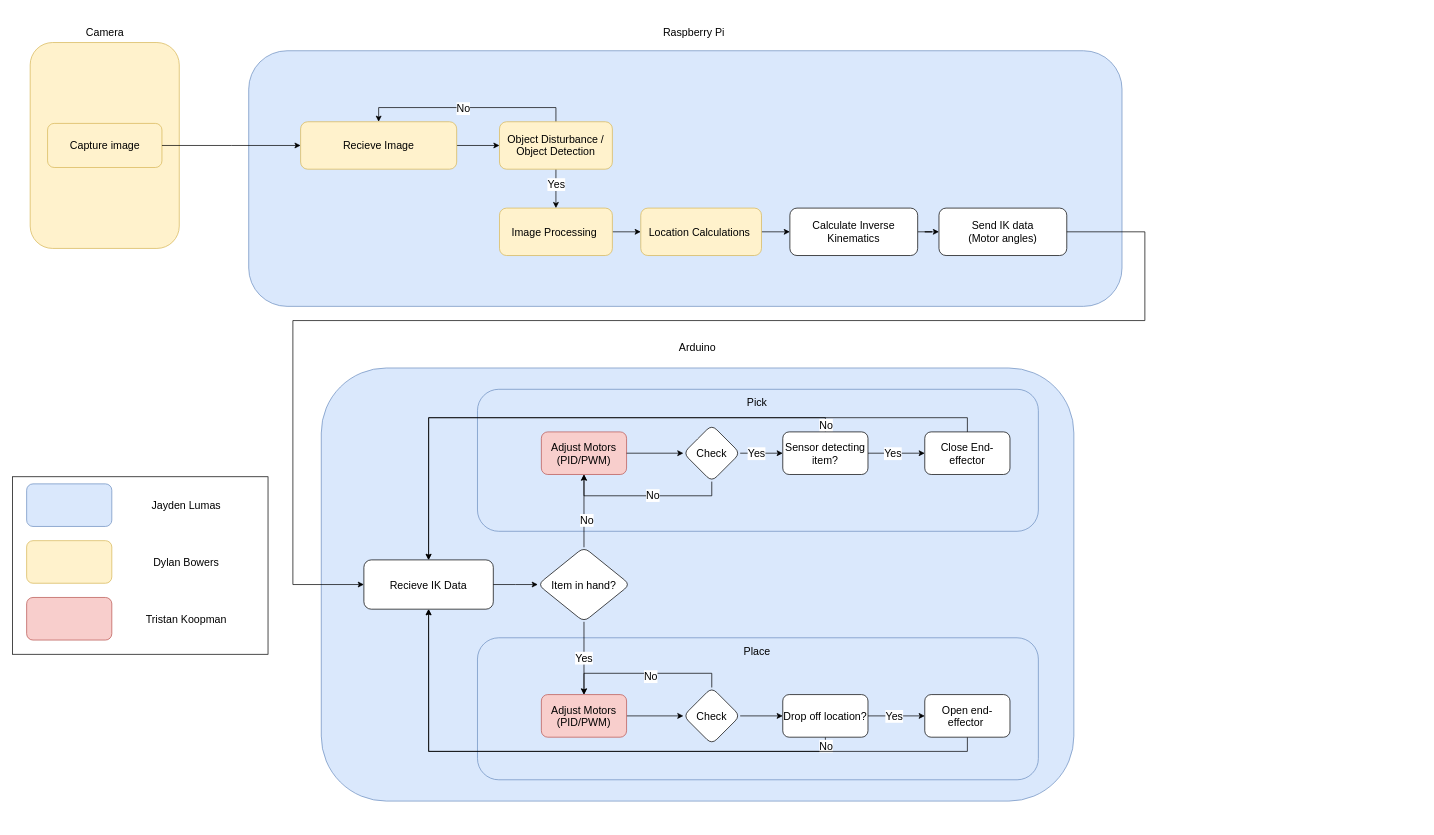
Before: drawIO/Software.drawio in SlashingFTW/SeniorDesign, a draw.io diagram. Source tidied: cells renumbered, new cells numbered last; positions are measured from the earlier drawing's top-left corner, leaving out a move shared by most shapes. Both pictures are drawn from the tidied source at 71%, with x=0, y=0 at pixel (12, 11).
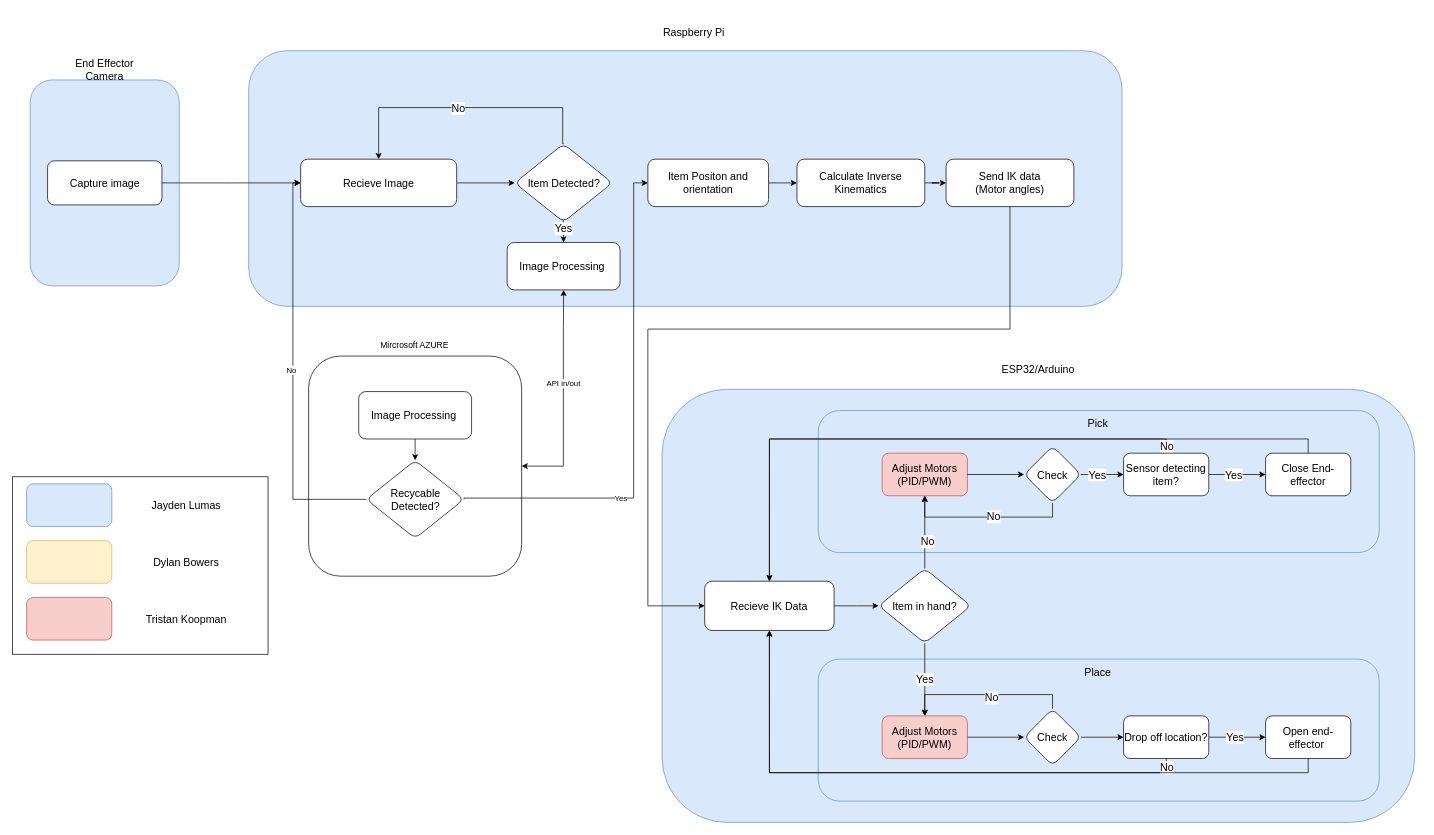
After the change.

Unchanged cells that the change refers to:
```xml
<mxCell id="2" style="group;fontSize=15;" parent="1" vertex="1">
  <mxGeometry x="345" y="55" width="1230" height="510" as="geometry" />
</mxCell>
<mxCell id="30" value="Recieve IK Data" style="rounded=1;whiteSpace=wrap;html=1;fontSize=15;" parent="29" vertex="1">
  <mxGeometry x="50" y="250.3" width="182.3" height="69.4" as="geometry" />
</mxCell>
```

The edit, as a diff of the source:
```diff
@@
-    <mxCell id="4" style="edgeStyle=orthogonalEdgeStyle;rounded=0;jettySize=auto;html=1;entryX=0;entryY=0.5;entryDx=0;entryDy=0;fontSize=15;" parent="2" edge="1" source="5" target="16">
+    <mxCell id="4" style="edgeStyle=orthogonalEdgeStyle;rounded=0;jettySize=auto;html=1;entryX=0;entryY=0.5;entryDx=0;entryDy=0;fontSize=15;" parent="2" edge="1" source="5" target="75">
       <mxGeometry relative="1" as="geometry" />
     </mxCell>
-    <mxCell id="5" value="Recieve Image" style="rounded=1;whiteSpace=wrap;html=1;fillColor=#fff2cc;strokeColor=#d6b656;fontSize=15;" parent="2" vertex="1">
-      <mxGeometry x="60.9" y="100" width="219.8" height="66.8" as="geometry" />
+    <mxCell id="5" value="Recieve Image" style="rounded=1;whiteSpace=wrap;html=1;fontSize=15;" parent="2" vertex="1">
+      <mxGeometry x="60.9" y="152.7" width="219.8" height="66.8" as="geometry" />
     </mxCell>
-    <mxCell id="6" style="edgeStyle=orthogonalEdgeStyle;rounded=0;jettySize=auto;html=1;entryX=0;entryY=0.5;entryDx=0;entryDy=0;fontSize=15;" parent="2" edge="1" source="7" target="9">
-      <mxGeometry relative="1" as="geometry" />
-    </mxCell>
-    <mxCell id="7" value="Image Processing&amp;nbsp;" style="rounded=1;whiteSpace=wrap;html=1;fillColor=#fff2cc;strokeColor=#d6b656;fontSize=15;" parent="2" vertex="1">
-      <mxGeometry x="341" y="221.6" width="159" height="66.8" as="geometry" />
+    <mxCell id="7" value="Image Processing&amp;nbsp;" style="rounded=1;whiteSpace=wrap;html=1;fontSize=15;" parent="2" vertex="1">
+      <mxGeometry x="351.8" y="270" width="159" height="66.8" as="geometry" />
     </mxCell>
@@
-    <mxCell id="9" value="Location Calculations&amp;nbsp;" style="rounded=1;whiteSpace=wrap;html=1;fillColor=#fff2cc;strokeColor=#d6b656;fontSize=15;" parent="2" vertex="1">
-      <mxGeometry x="540" y="221.6" width="170" height="66.8" as="geometry" />
+    <mxCell id="9" value="Item Positon and orientation" style="rounded=1;whiteSpace=wrap;html=1;fontSize=15;" parent="2" vertex="1">
+      <mxGeometry x="550" y="152.7" width="170" height="66.8" as="geometry" />
     </mxCell>
@@
     <mxCell id="11" value="Calculate Inverse Kinematics" style="rounded=1;whiteSpace=wrap;html=1;fontSize=15;" parent="2" vertex="1">
-      <mxGeometry x="750" y="221.6" width="180" height="66.8" as="geometry" />
+      <mxGeometry x="760" y="152.7" width="180" height="66.8" as="geometry" />
     </mxCell>
-    <mxCell id="12" style="edgeStyle=orthogonalEdgeStyle;rounded=0;jettySize=auto;html=1;entryX=0.5;entryY=0;entryDx=0;entryDy=0;fontSize=15;" parent="2" edge="1" source="16" target="7">
+    <mxCell id="12" style="edgeStyle=orthogonalEdgeStyle;rounded=0;jettySize=auto;html=1;entryX=0.5;entryY=0;entryDx=0;entryDy=0;fontSize=15;exitX=0.495;exitY=0.957;exitDx=0;exitDy=0;exitPerimeter=0;" parent="2" edge="1" source="75" target="7">
       <mxGeometry relative="1" as="geometry" />
     </mxCell>
@@
-    <mxCell id="14" style="edgeStyle=orthogonalEdgeStyle;rounded=0;jettySize=auto;html=1;entryX=0.5;entryY=0;entryDx=0;entryDy=0;fontSize=15;" parent="2" edge="1" source="16" target="5">
+    <mxCell id="14" style="edgeStyle=orthogonalEdgeStyle;rounded=0;jettySize=auto;html=1;entryX=0.5;entryY=0;entryDx=0;entryDy=0;fontSize=15;exitX=0.5;exitY=0;exitDx=0;exitDy=0;" parent="2" edge="1" source="75" target="5">
       <mxGeometry relative="1" as="geometry">
         <Array as="points">
-          <mxPoint x="421" y="80" />
+          <mxPoint x="430" y="131" />
+          <mxPoint x="430" y="80" />
           <mxPoint x="171" y="80" />
         </Array>
       </mxGeometry>
     </mxCell>
@@
-    <mxCell id="16" value="Object Disturbance /&lt;div&gt;Object Detection&lt;/div&gt;" style="rounded=1;whiteSpace=wrap;html=1;fillColor=#fff2cc;strokeColor=#d6b656;fontSize=15;" parent="2" vertex="1">
-      <mxGeometry x="341" y="100" width="159" height="66.8" as="geometry" />
-    </mxCell>
     <mxCell id="17" value="Send IK data&lt;br&gt;(Motor angles)" style="rounded=1;whiteSpace=wrap;html=1;fontSize=15;" parent="2" vertex="1">
-      <mxGeometry x="960" y="221.6" width="180" height="66.8" as="geometry" />
+      <mxGeometry x="970" y="152.7" width="180" height="66.8" as="geometry" />
     </mxCell>
+    <mxCell id="74" value="Mircrosoft AZURE" style="text;html=1;align=center;verticalAlign=middle;strokeColor=none;fillColor=none;" parent="2" vertex="1">
+      <mxGeometry x="160.7" y="400" width="120" height="30" as="geometry" />
+    </mxCell>
+    <mxCell id="75" value="Item Detected?" style="rhombus;whiteSpace=wrap;html=1;fontSize=15;rounded=1;" parent="2" vertex="1">
+      <mxGeometry x="362.5" y="131.1" width="137.5" height="110" as="geometry" />
+    </mxCell>
     <mxCell id="18" style="group;fontSize=15;" parent="1" vertex="1">
-      <mxGeometry x="25" y="43.4" width="210" height="290" as="geometry" />
+      <mxGeometry x="25" y="96.1" width="210" height="290" as="geometry" />
     </mxCell>
-    <mxCell id="19" style="rounded=1;whiteSpace=wrap;html=1;glass=0;fillColor=#fff2cc;strokeColor=#d6b656;fontSize=15;" parent="18" vertex="1">
+    <mxCell id="19" style="rounded=1;whiteSpace=wrap;html=1;glass=0;fillColor=#dae8fc;strokeColor=#6c8ebf;fontSize=15;" parent="18" vertex="1">
       <mxGeometry width="210" height="290" as="geometry" />
     </mxCell>
-    <mxCell id="20" value="Capture image" style="rounded=1;whiteSpace=wrap;html=1;fillColor=#fff2cc;strokeColor=#d6b656;fontSize=15;" parent="18" vertex="1">
+    <mxCell id="20" value="Capture image" style="rounded=1;whiteSpace=wrap;html=1;fontSize=15;" parent="18" vertex="1">
       <mxGeometry x="24.5" y="113.9" width="161.1" height="62.1" as="geometry" />
     </mxCell>
@@
-    <mxCell id="23" value="Camera" style="text;html=1;align=center;verticalAlign=middle;whiteSpace=wrap;rounded=0;fontSize=15;" parent="1" vertex="1">
-      <mxGeometry x="116.6" y="12.3" width="26.8" height="31.1" as="geometry" />
+    <mxCell id="23" value="End Effector Camera" style="text;html=1;align=center;verticalAlign=middle;whiteSpace=wrap;rounded=0;fontSize=15;" parent="1" vertex="1">
+      <mxGeometry x="65.8" y="65" width="128.4" height="31.1" as="geometry" />
     </mxCell>
-    <mxCell id="24" style="group;fontSize=15;" parent="1" vertex="1">
-      <mxGeometry x="435" y="445" width="1070" height="666.8" as="geometry" />
+    <mxCell id="24" style="group;fontSize=15;flipV=0;flipH=0;direction=east;" parent="1" vertex="1">
+      <mxGeometry x="915" y="475" width="1070" height="666.8" as="geometry" />
     </mxCell>
@@
-    <mxCell id="28" value="Arduino" style="text;html=1;align=center;verticalAlign=middle;whiteSpace=wrap;rounded=0;fontSize=15;" parent="24" vertex="1">
+    <mxCell id="28" value="ESP32/Arduino" style="text;html=1;align=center;verticalAlign=middle;whiteSpace=wrap;rounded=0;fontSize=15;" parent="24" vertex="1">
       <mxGeometry x="446.1" width="167.8" height="56.8" as="geometry" />
     </mxCell>
@@
     <mxCell id="65" style="edgeStyle=orthogonalEdgeStyle;rounded=0;jettySize=auto;html=1;entryX=0;entryY=0.5;entryDx=0;entryDy=0;fontSize=15;" parent="1" edge="1" source="17" target="30">
       <mxGeometry relative="1" as="geometry">
         <Array as="points">
-          <mxPoint x="1595" y="310" />
-          <mxPoint x="1595" y="435" />
-          <mxPoint x="395" y="435" />
-          <mxPoint x="395" y="807" />
+          <mxPoint x="1405" y="447" />
+          <mxPoint x="895" y="447" />
+          <mxPoint x="895" y="837" />
         </Array>
       </mxGeometry>
     </mxCell>
@@
+    <mxCell id="76" style="edgeStyle=orthogonalEdgeStyle;rounded=0;jettySize=auto;html=1;entryX=0.5;entryY=1;entryDx=0;entryDy=0;startArrow=classic;startFill=1;" parent="1" edge="1" source="78" target="7">
+      <mxGeometry relative="1" as="geometry">
+        <Array as="points">
+          <mxPoint x="776" y="640" />
+          <mxPoint x="776" y="445" />
+        </Array>
+      </mxGeometry>
+    </mxCell>
+    <mxCell id="77" value="API in/out" style="edgeLabel;html=1;align=center;verticalAlign=middle;" parent="76" vertex="1">
+      <mxGeometry x="0.15" y="5" relative="1" as="geometry">
+        <mxPoint x="4" y="2" as="offset" />
+      </mxGeometry>
+    </mxCell>
+    <mxCell id="78" style="rounded=1;whiteSpace=wrap;html=1;fontSize=15;" parent="1" vertex="1">
+      <mxGeometry x="417.2" y="485" width="300" height="310" as="geometry" />
+    </mxCell>
+    <mxCell id="79" style="edgeStyle=orthogonalEdgeStyle;rounded=0;jettySize=auto;html=1;" parent="1" edge="1" source="80" target="85">
+      <mxGeometry relative="1" as="geometry" />
+    </mxCell>
+    <mxCell id="80" value="Image Processing&amp;nbsp;" style="rounded=1;whiteSpace=wrap;html=1;fontSize=15;" parent="1" vertex="1">
+      <mxGeometry x="487.7" y="535" width="159" height="66.8" as="geometry" />
+    </mxCell>
+    <mxCell id="81" style="edgeStyle=orthogonalEdgeStyle;rounded=0;jettySize=auto;html=1;entryX=0;entryY=0.5;entryDx=0;entryDy=0;" parent="1" edge="1" source="85" target="5">
+      <mxGeometry relative="1" as="geometry">
+        <Array as="points">
+          <mxPoint x="395" y="687" />
+          <mxPoint x="395" y="241" />
+        </Array>
+      </mxGeometry>
+    </mxCell>
+    <mxCell id="82" value="No" style="edgeLabel;html=1;align=center;verticalAlign=middle;" parent="81" vertex="1">
+      <mxGeometry x="0.02" y="3" relative="1" as="geometry" />
+    </mxCell>
+    <mxCell id="83" style="edgeStyle=orthogonalEdgeStyle;rounded=0;jettySize=auto;html=1;entryX=0;entryY=0.5;entryDx=0;entryDy=0;exitX=1;exitY=0.5;exitDx=0;exitDy=0;" parent="1" edge="1" source="85" target="9">
+      <mxGeometry relative="1" as="geometry">
+        <Array as="points">
+          <mxPoint x="636" y="685" />
+          <mxPoint x="875" y="685" />
+          <mxPoint x="875" y="241" />
+        </Array>
+      </mxGeometry>
+    </mxCell>
+    <mxCell id="84" value="Yes" style="edgeLabel;html=1;align=center;verticalAlign=middle;" parent="83" vertex="1">
+      <mxGeometry x="-0.37" relative="1" as="geometry" />
+    </mxCell>
+    <mxCell id="85" value="Recycable Detected?" style="rhombus;whiteSpace=wrap;html=1;fontSize=15;rounded=1;" parent="1" vertex="1">
+      <mxGeometry x="498.5" y="631.8" width="137.5" height="110" as="geometry" />
+    </mxCell>
```
